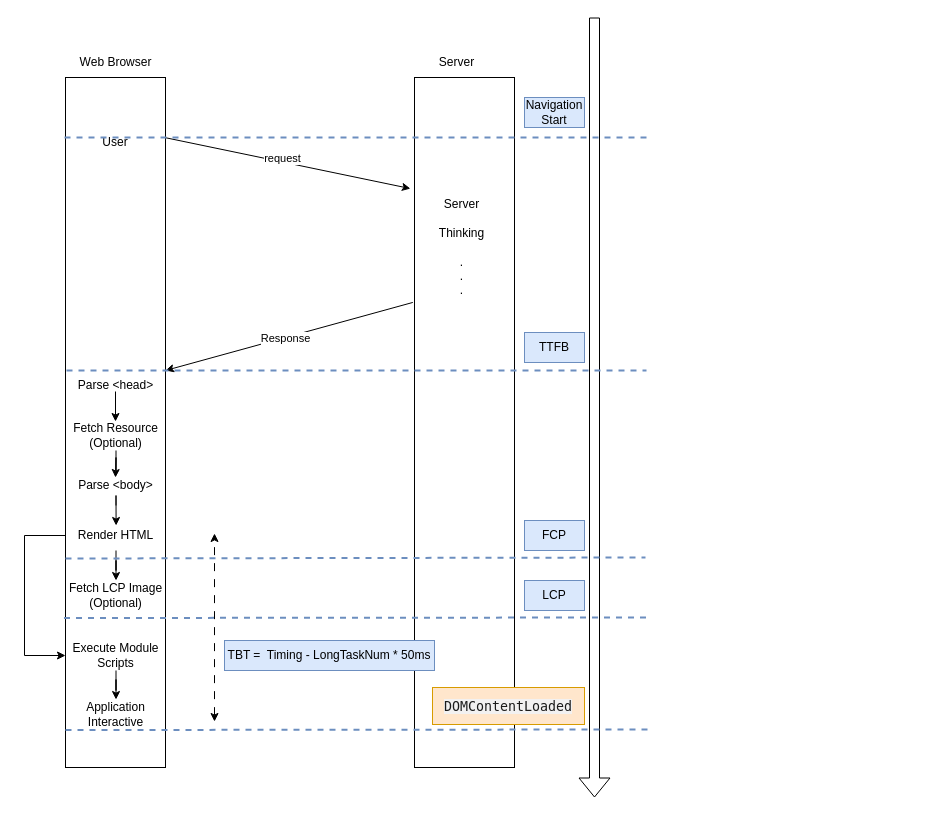
Dante-dan/Blog keeps this draw.io diagram as picture/ssr-application-process.drawio. Above is the earlier version. Source tidied: cells renumbered, new cells numbered last; positions are measured from the earlier drawing's top-left corner, leaving out a move shared by most shapes. Both pictures are drawn from the tidied source at 100%, with x=0, y=0 at pixel (24, 17).
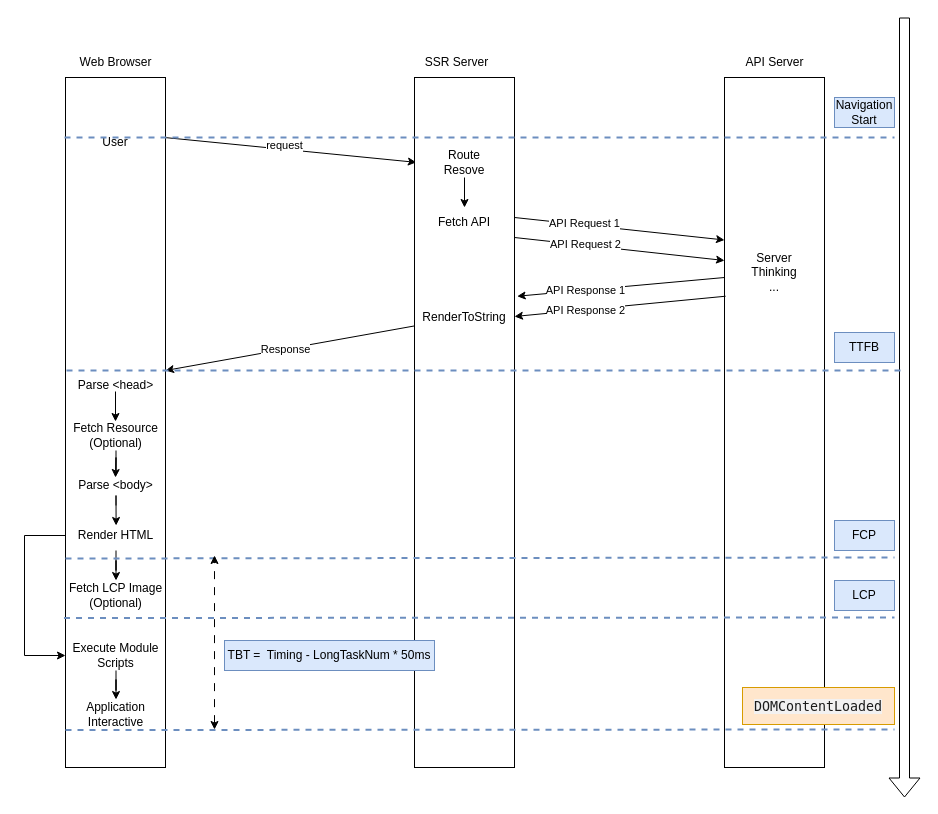
After the change.

Unchanged cells that the change refers to:
```xml
<mxCell id="9" style="rounded=0;whiteSpace=wrap;html=1;" parent="1" vertex="1">
  <mxGeometry x="390" y="60" width="100" height="690" as="geometry" />
</mxCell>
```

The edit, as a diff of the source:
```diff
@@
+    <mxCell id="38" style="rounded=0;whiteSpace=wrap;html=1;" parent="1" vertex="1">
+      <mxGeometry x="700" y="60" width="100" height="690" as="geometry" />
+    </mxCell>
@@
-    <mxCell id="3" style="endArrow=classic;html=1;rounded=0;entryX=-0.041;entryY=0.161;entryDx=0;entryDy=0;entryPerimeter=0;" parent="1" edge="1" target="9">
+    <mxCell id="3" style="endArrow=classic;html=1;rounded=0;entryX=0.018;entryY=0.123;entryDx=0;entryDy=0;entryPerimeter=0;" parent="1" edge="1" target="9">
       <mxGeometry relative="1" as="geometry">
         <mxPoint x="140" y="120" as="sourcePoint" />
       </mxGeometry>
     </mxCell>
@@
-    <mxCell id="5" style="endArrow=classic;html=1;rounded=0;entryX=1.01;entryY=0.606;entryDx=0;entryDy=0;entryPerimeter=0;exitX=-0.017;exitY=0.326;exitDx=0;exitDy=0;exitPerimeter=0;" parent="1" edge="1" source="9">
+    <mxCell id="5" style="endArrow=classic;html=1;rounded=0;entryX=1.01;entryY=0.606;entryDx=0;entryDy=0;entryPerimeter=0;exitX=0.002;exitY=0.36;exitDx=0;exitDy=0;exitPerimeter=0;" parent="1" edge="1" source="9">
       <mxGeometry relative="1" as="geometry">
         <mxPoint x="141" y="353" as="targetPoint" />
       </mxGeometry>
     </mxCell>
@@
-    <mxCell id="10" value="S&lt;span style=&quot;background-color: initial;&quot;&gt;erver&lt;/span&gt;" style="text;html=1;align=center;verticalAlign=middle;strokeColor=none;fillColor=none;" parent="1" vertex="1">
-      <mxGeometry x="402" y="30" width="60" height="30" as="geometry" />
+    <mxCell id="10" value="SSR Server" style="text;html=1;align=center;verticalAlign=middle;strokeColor=none;fillColor=none;" parent="1" vertex="1">
+      <mxGeometry x="387" y="30" width="90" height="30" as="geometry" />
     </mxCell>
@@
     <mxCell id="21" style="shape=flexArrow;endArrow=classic;html=1;rounded=0;" parent="1" edge="1">
       <mxGeometry relative="1" as="geometry">
-        <mxPoint x="570" as="sourcePoint" />
-        <mxPoint x="570" y="780" as="targetPoint" />
+        <mxPoint x="880" as="sourcePoint" />
+        <mxPoint x="880" y="780" as="targetPoint" />
       </mxGeometry>
     </mxCell>
     <mxCell id="22" style="endArrow=none;dashed=1;html=1;rounded=0;fillColor=#dae8fc;strokeColor=#6c8ebf;strokeWidth=2;" parent="1" edge="1">
       <mxGeometry relative="1" as="geometry">
         <mxPoint x="40" y="120" as="sourcePoint" />
-        <mxPoint x="622" y="120" as="targetPoint" />
+        <mxPoint x="870" y="120" as="targetPoint" />
       </mxGeometry>
     </mxCell>
     <mxCell id="23" value="Navigation Start" style="text;html=1;align=center;verticalAlign=middle;whiteSpace=wrap;rounded=0;fillColor=#dae8fc;strokeColor=#6c8ebf;" parent="1" vertex="1">
-      <mxGeometry x="500" y="80" width="60" height="30" as="geometry" />
+      <mxGeometry x="810" y="80" width="60" height="30" as="geometry" />
     </mxCell>
     <mxCell id="24" style="endArrow=none;dashed=1;html=1;rounded=0;fillColor=#dae8fc;strokeColor=#6c8ebf;strokeWidth=2;" parent="1" edge="1">
       <mxGeometry relative="1" as="geometry">
         <mxPoint x="42" y="353" as="sourcePoint" />
-        <mxPoint x="622" y="353" as="targetPoint" />
+        <mxPoint x="880" y="353" as="targetPoint" />
       </mxGeometry>
     </mxCell>
     <mxCell id="25" value="TTFB" style="text;html=1;align=center;verticalAlign=middle;whiteSpace=wrap;rounded=0;fillColor=#dae8fc;strokeColor=#6c8ebf;" parent="1" vertex="1">
-      <mxGeometry x="500" y="315" width="60" height="30" as="geometry" />
+      <mxGeometry x="810" y="315" width="60" height="30" as="geometry" />
     </mxCell>
     <mxCell id="26" style="endArrow=none;dashed=1;html=1;rounded=0;fillColor=#dae8fc;strokeColor=#6c8ebf;strokeWidth=2;" parent="1" edge="1">
       <mxGeometry relative="1" as="geometry">
         <mxPoint x="39.5" y="600.5" as="sourcePoint" />
-        <mxPoint x="622" y="600" as="targetPoint" />
+        <mxPoint x="870" y="600" as="targetPoint" />
       </mxGeometry>
     </mxCell>
     <mxCell id="27" value="LCP" style="text;html=1;align=center;verticalAlign=middle;whiteSpace=wrap;rounded=0;fillColor=#dae8fc;strokeColor=#6c8ebf;" parent="1" vertex="1">
-      <mxGeometry x="500" y="563" width="60" height="30" as="geometry" />
+      <mxGeometry x="810" y="563" width="60" height="30" as="geometry" />
     </mxCell>
     <mxCell id="28" style="endArrow=none;dashed=1;html=1;rounded=0;fillColor=#dae8fc;strokeColor=#6c8ebf;strokeWidth=2;" parent="1" edge="1">
       <mxGeometry relative="1" as="geometry">
         <mxPoint x="41" y="541" as="sourcePoint" />
-        <mxPoint x="621" y="540" as="targetPoint" />
+        <mxPoint x="870" y="540" as="targetPoint" />
       </mxGeometry>
     </mxCell>
     <mxCell id="29" value="FCP" style="text;html=1;align=center;verticalAlign=middle;whiteSpace=wrap;rounded=0;fillColor=#dae8fc;strokeColor=#6c8ebf;" parent="1" vertex="1">
-      <mxGeometry x="500" y="503" width="60" height="30" as="geometry" />
+      <mxGeometry x="810" y="503" width="60" height="30" as="geometry" />
     </mxCell>
-    <mxCell id="30" value="Server &lt;br&gt;&lt;br&gt;&lt;div&gt;Thinking&lt;/div&gt;&lt;div&gt;&lt;br&gt;&lt;/div&gt;&lt;div&gt;.&lt;/div&gt;&lt;div&gt;.&lt;/div&gt;&lt;div&gt;.&lt;/div&gt;" style="text;html=1;align=center;verticalAlign=middle;whiteSpace=wrap;rounded=0;" parent="1" vertex="1">
-      <mxGeometry x="420.5" y="160" width="33" height="140" as="geometry" />
-    </mxCell>
@@
     <mxCell id="34" style="endArrow=none;dashed=1;html=1;rounded=0;fillColor=#dae8fc;strokeColor=#6c8ebf;strokeWidth=2;" parent="1" edge="1">
       <mxGeometry relative="1" as="geometry">
         <mxPoint x="41" y="712.5" as="sourcePoint" />
-        <mxPoint x="623.5" y="712" as="targetPoint" />
+        <mxPoint x="870" y="712" as="targetPoint" />
       </mxGeometry>
     </mxCell>
     <mxCell id="35" style="endArrow=classic;startArrow=classic;html=1;rounded=0;dashed=1;dashPattern=8 8;" parent="1" edge="1">
       <mxGeometry relative="1" as="geometry">
-        <mxPoint x="190" y="704" as="sourcePoint" />
-        <mxPoint x="190" y="516" as="targetPoint" />
+        <mxPoint x="190" y="712" as="sourcePoint" />
+        <mxPoint x="190" y="538" as="targetPoint" />
       </mxGeometry>
     </mxCell>
@@
     <mxCell id="37" value="&lt;span style=&quot;color: rgb(27, 27, 27); font-family: Menlo, Consolas, Monaco, &amp;quot;Liberation Mono&amp;quot;, &amp;quot;Lucida Console&amp;quot;, monospace; font-size: 13.328px; text-align: start; background-color: rgb(242, 241, 241);&quot;&gt;DOMContentLoaded&lt;/span&gt;" style="text;html=1;align=center;verticalAlign=middle;whiteSpace=wrap;rounded=0;fillColor=#ffe6cc;strokeColor=#d79b00;" parent="1" vertex="1">
-      <mxGeometry x="408" y="670" width="152" height="37" as="geometry" />
+      <mxGeometry x="718" y="670" width="152" height="37" as="geometry" />
     </mxCell>
+    <mxCell id="39" value="API Server" style="text;html=1;align=center;verticalAlign=middle;strokeColor=none;fillColor=none;" parent="1" vertex="1">
+      <mxGeometry x="710" y="30" width="80" height="30" as="geometry" />
+    </mxCell>
+    <mxCell id="40" style="edgeStyle=orthogonalEdgeStyle;rounded=0;jettySize=auto;html=1;" parent="1" edge="1" source="41" target="42">
+      <mxGeometry relative="1" as="geometry" />
+    </mxCell>
+    <mxCell id="41" value="Route Resove" style="text;html=1;align=center;verticalAlign=middle;whiteSpace=wrap;rounded=0;" parent="1" vertex="1">
+      <mxGeometry x="410" y="130" width="60" height="30" as="geometry" />
+    </mxCell>
+    <mxCell id="42" value="Fetch API" style="text;html=1;align=center;verticalAlign=middle;whiteSpace=wrap;rounded=0;" parent="1" vertex="1">
+      <mxGeometry x="410" y="190" width="60" height="30" as="geometry" />
+    </mxCell>
+    <mxCell id="43" style="endArrow=classic;html=1;rounded=0;entryX=0;entryY=0.25;entryDx=0;entryDy=0;" parent="1" edge="1">
+      <mxGeometry relative="1" as="geometry">
+        <mxPoint x="490" y="200" as="sourcePoint" />
+        <mxPoint x="700" y="222.5" as="targetPoint" />
+      </mxGeometry>
+    </mxCell>
+    <mxCell id="44" value="API Request 1" style="edgeLabel;html=1;align=center;verticalAlign=middle;" parent="43" vertex="1">
+      <mxGeometry x="-0.25" y="2" relative="1" as="geometry">
+        <mxPoint x="-9" y="-1" as="offset" />
+      </mxGeometry>
+    </mxCell>
+    <mxCell id="45" style="endArrow=classic;html=1;rounded=0;entryX=0;entryY=0.25;entryDx=0;entryDy=0;" parent="1" edge="1">
+      <mxGeometry relative="1" as="geometry">
+        <mxPoint x="490" y="220" as="sourcePoint" />
+        <mxPoint x="700" y="243" as="targetPoint" />
+      </mxGeometry>
+    </mxCell>
+    <mxCell id="46" value="API Request 2" style="edgeLabel;html=1;align=center;verticalAlign=middle;" parent="45" vertex="1">
+      <mxGeometry x="-0.02" y="5" relative="1" as="geometry">
+        <mxPoint x="-33" as="offset" />
+      </mxGeometry>
+    </mxCell>
+    <mxCell id="47" style="endArrow=classic;html=1;rounded=0;entryX=1.027;entryY=0.317;entryDx=0;entryDy=0;entryPerimeter=0;" parent="1" edge="1" target="9">
+      <mxGeometry relative="1" as="geometry">
+        <mxPoint x="700" y="260" as="sourcePoint" />
+      </mxGeometry>
+    </mxCell>
+    <mxCell id="48" value="API Response 1" style="edgeLabel;html=1;align=center;verticalAlign=middle;" parent="47" vertex="1">
+      <mxGeometry x="0.54" y="-2" relative="1" as="geometry">
+        <mxPoint x="20" as="offset" />
+      </mxGeometry>
+    </mxCell>
+    <mxCell id="49" style="endArrow=classic;html=1;rounded=0;entryX=1.027;entryY=0.317;entryDx=0;entryDy=0;entryPerimeter=0;exitX=0.011;exitY=0.317;exitDx=0;exitDy=0;exitPerimeter=0;" parent="1" edge="1" source="38">
+      <mxGeometry relative="1" as="geometry">
+        <mxPoint x="490" y="299" as="targetPoint" />
+      </mxGeometry>
+    </mxCell>
+    <mxCell id="50" style="edgeLabel;html=1;align=center;verticalAlign=middle;" parent="49" vertex="1">
+      <mxGeometry x="0.18" y="1" relative="1" as="geometry" />
+    </mxCell>
+    <mxCell id="51" value="API Response 2" style="edgeLabel;html=1;align=center;verticalAlign=middle;" parent="49" vertex="1">
+      <mxGeometry x="0.18" y="2" relative="1" as="geometry">
+        <mxPoint x="-16" as="offset" />
+      </mxGeometry>
+    </mxCell>
+    <mxCell id="52" value="RenderToString" style="text;html=1;align=center;verticalAlign=middle;whiteSpace=wrap;rounded=0;" parent="1" vertex="1">
+      <mxGeometry x="410" y="285" width="60" height="30" as="geometry" />
+    </mxCell>
+    <mxCell id="53" value="Server&lt;div&gt;Thinking&lt;/div&gt;&lt;div&gt;...&lt;/div&gt;" style="text;html=1;align=center;verticalAlign=middle;whiteSpace=wrap;rounded=0;" parent="1" vertex="1">
+      <mxGeometry x="700" y="230" width="100" height="50" as="geometry" />
+    </mxCell>
```
